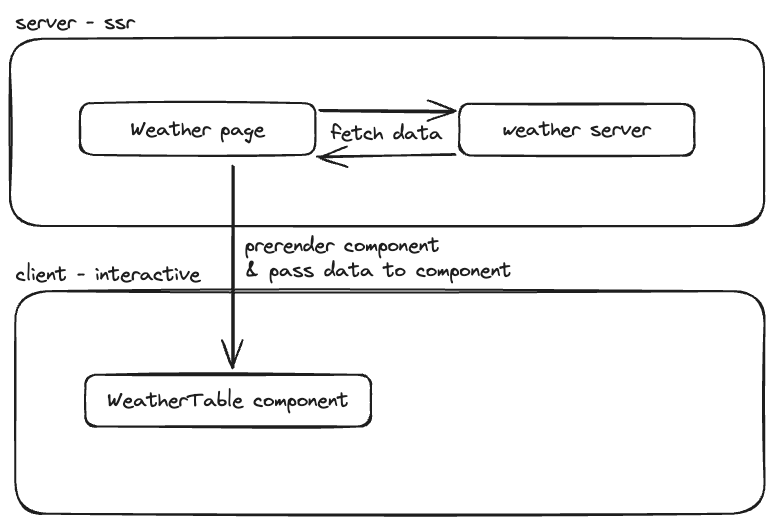
The Excalidraw diagram img.excalidraw.png in elias-ik/Blazor-Ssr-Prerendered-Interactive-Page-Example, before a commit. Source tidied: one line per element, renumbered; positions are measured from the earlier drawing's top-left corner, leaving out a move shared by most shapes. Source of this version:
```json
{"id": 0, "type": "rectangle", "strokeColor": "#1e1e1e", "strokeWidth": 2, "roughness": 1, "round": true, "x": 70, "y": 93, "width": 235, "height": 52}
{"id": 1, "type": "text", "text": "Weather page", "strokeColor": "#1e1e1e", "strokeWidth": 2, "roughness": 1, "fontSize": 20, "fontFamily": 1, "textAlign": "center", "verticalAlign": "middle", "inside": 0, "x": 121, "y": 107, "width": 134, "height": 25}
{"id": 2, "type": "rectangle", "strokeColor": "#1e1e1e", "strokeWidth": 2, "roughness": 1, "round": true, "x": 0, "y": 29, "width": 754, "height": 187}
{"id": 3, "type": "text", "text": "server - ssr", "strokeColor": "#1e1e1e", "strokeWidth": 2, "roughness": 1, "fontSize": 20, "fontFamily": 1, "x": 6, "y": 0, "width": 119, "height": 25}
{"id": 4, "type": "rectangle", "strokeColor": "#1e1e1e", "strokeWidth": 2, "roughness": 1, "round": true, "x": 5, "y": 281, "width": 749, "height": 223}
{"id": 5, "type": "text", "text": "client - interactive", "strokeColor": "#1e1e1e", "strokeWidth": 2, "roughness": 1, "fontSize": 20, "fontFamily": 1, "x": 6, "y": 252, "width": 184, "height": 25}
{"id": 6, "type": "rectangle", "strokeColor": "#1e1e1e", "strokeWidth": 2, "roughness": 1, "round": true, "x": 449, "y": 94, "width": 235, "height": 52}
{"id": 7, "type": "text", "text": "weather server", "strokeColor": "#1e1e1e", "strokeWidth": 2, "roughness": 1, "fontSize": 20, "fontFamily": 1, "textAlign": "center", "verticalAlign": "middle", "inside": 6, "x": 493, "y": 107, "width": 148, "height": 25}
{"id": 8, "type": "arrow", "strokeColor": "#1e1e1e", "strokeWidth": 2, "roughness": 1, "endArrowhead": "arrow", "round": true, "from": 0, "to": 6, "x": 311, "y": 101, "width": 133, "height": 0, "points": [[0, 0], [133, 0]]}
{"id": 9, "type": "arrow", "strokeColor": "#1e1e1e", "strokeWidth": 2, "roughness": 1, "endArrowhead": "arrow", "round": true, "from": 6, "to": 0, "x": 445, "y": 144, "width": 137, "height": 3, "points": [[0, 0], [-137, 3]]}
{"id": 10, "type": "text", "text": "fetch data", "strokeColor": "#1e1e1e", "strokeWidth": 2, "roughness": 1, "fontSize": 20, "fontFamily": 1, "x": 321, "y": 111, "width": 111, "height": 25}
{"id": 11, "type": "rectangle", "strokeColor": "#1e1e1e", "strokeWidth": 2, "roughness": 1, "round": true, "x": 75, "y": 365, "width": 286, "height": 52}
{"id": 12, "type": "text", "text": "WeatherTable component", "strokeColor": "#1e1e1e", "strokeWidth": 2, "roughness": 1, "fontSize": 20, "fontFamily": 1, "textAlign": "center", "verticalAlign": "middle", "inside": 11, "x": 98, "y": 378, "width": 241, "height": 25}
{"id": 13, "type": "arrow", "strokeColor": "#1e1e1e", "strokeWidth": 2, "roughness": 1, "endArrowhead": "arrow", "round": true, "from": 0, "to": 11, "x": 223, "y": 156, "width": 1, "height": 201, "points": [[0, 0], [1, 201]]}
{"id": 14, "type": "text", "text": "prerender component\n& pass data to component", "strokeColor": "#1e1e1e", "strokeWidth": 2, "roughness": 1, "fontSize": 20, "fontFamily": 1, "x": 235, "y": 223, "width": 267, "height": 50}
```
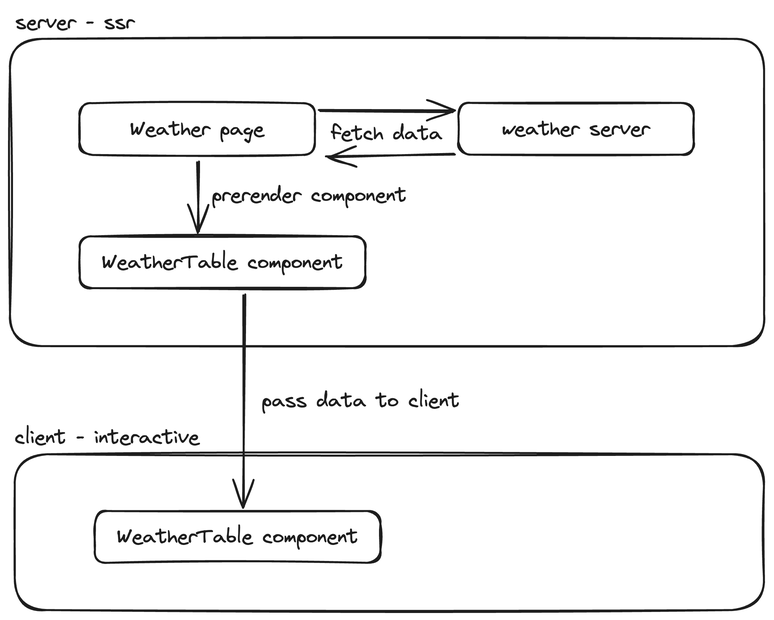
The same file after the commit.

Commit message:
update diagram [skip ci]

Diff of the diagram source:
```diff
@@ -1,15 +1,19 @@
 {"id": 0, "type": "rectangle", "strokeColor": "#1e1e1e", "strokeWidth": 2, "roughness": 1, "round": true, "x": 70, "y": 93, "width": 235, "height": 52}
-{"id": 1, "type": "text", "text": "Weather page", "strokeColor": "#1e1e1e", "strokeWidth": 2, "roughness": 1, "fontSize": 20, "fontFamily": 1, "textAlign": "center", "verticalAlign": "middle", "inside": 0, "x": 121, "y": 107, "width": 134, "height": 25}
+{"id": 1, "type": "text", "text": "Weather page", "strokeColor": "#1e1e1e", "strokeWidth": 2, "roughness": 1, "fontSize": 20, "fontFamily": 1, "textAlign": "center", "verticalAlign": "middle", "inside": 0, "x": 120, "y": 107, "width": 134, "height": 25}
-{"id": 2, "type": "rectangle", "strokeColor": "#1e1e1e", "strokeWidth": 2, "roughness": 1, "round": true, "x": 0, "y": 29, "width": 754, "height": 187}
+{"id": 2, "type": "rectangle", "strokeColor": "#1e1e1e", "strokeWidth": 2, "roughness": 1, "round": true, "x": 0, "y": 29, "width": 754, "height": 307}
 {"id": 3, "type": "text", "text": "server - ssr", "strokeColor": "#1e1e1e", "strokeWidth": 2, "roughness": 1, "fontSize": 20, "fontFamily": 1, "x": 6, "y": 0, "width": 119, "height": 25}
-{"id": 4, "type": "rectangle", "strokeColor": "#1e1e1e", "strokeWidth": 2, "roughness": 1, "round": true, "x": 5, "y": 281, "width": 749, "height": 223}
+{"id": 4, "type": "rectangle", "strokeColor": "#1e1e1e", "strokeWidth": 2, "roughness": 1, "round": true, "x": 5, "y": 444, "width": 749, "height": 156}
-{"id": 5, "type": "text", "text": "client - interactive", "strokeColor": "#1e1e1e", "strokeWidth": 2, "roughness": 1, "fontSize": 20, "fontFamily": 1, "x": 6, "y": 252, "width": 184, "height": 25}
+{"id": 5, "type": "text", "text": "client - interactive", "strokeColor": "#1e1e1e", "strokeWidth": 2, "roughness": 1, "fontSize": 20, "fontFamily": 1, "x": 5, "y": 415, "width": 184, "height": 25}
-{"id": 6, "type": "rectangle", "strokeColor": "#1e1e1e", "strokeWidth": 2, "roughness": 1, "round": true, "x": 449, "y": 94, "width": 235, "height": 52}
+{"id": 6, "type": "rectangle", "strokeColor": "#1e1e1e", "strokeWidth": 2, "roughness": 1, "round": true, "x": 448, "y": 93, "width": 235, "height": 52}
-{"id": 7, "type": "text", "text": "weather server", "strokeColor": "#1e1e1e", "strokeWidth": 2, "roughness": 1, "fontSize": 20, "fontFamily": 1, "textAlign": "center", "verticalAlign": "middle", "inside": 6, "x": 493, "y": 107, "width": 148, "height": 25}
+{"id": 7, "type": "text", "text": "weather server", "strokeColor": "#1e1e1e", "strokeWidth": 2, "roughness": 1, "fontSize": 20, "fontFamily": 1, "textAlign": "center", "verticalAlign": "middle", "inside": 6, "x": 492, "y": 106, "width": 148, "height": 25}
-{"id": 8, "type": "arrow", "strokeColor": "#1e1e1e", "strokeWidth": 2, "roughness": 1, "endArrowhead": "arrow", "round": true, "from": 0, "to": 6, "x": 311, "y": 101, "width": 133, "height": 0, "points": [[0, 0], [133, 0]]}
+{"id": 8, "type": "arrow", "strokeColor": "#1e1e1e", "strokeWidth": 2, "roughness": 1, "endArrowhead": "arrow", "round": true, "from": 0, "to": 6, "x": 310, "y": 101, "width": 133, "height": 0, "points": [[0, 0], [133, 0]]}
-{"id": 9, "type": "arrow", "strokeColor": "#1e1e1e", "strokeWidth": 2, "roughness": 1, "endArrowhead": "arrow", "round": true, "from": 6, "to": 0, "x": 445, "y": 144, "width": 137, "height": 3, "points": [[0, 0], [-137, 3]]}
+{"id": 9, "type": "arrow", "strokeColor": "#1e1e1e", "strokeWidth": 2, "roughness": 1, "endArrowhead": "arrow", "round": true, "from": 6, "to": 0, "x": 444, "y": 144, "width": 127, "height": 3, "points": [[0, 0], [-127, 3]]}
 {"id": 10, "type": "text", "text": "fetch data", "strokeColor": "#1e1e1e", "strokeWidth": 2, "roughness": 1, "fontSize": 20, "fontFamily": 1, "x": 321, "y": 111, "width": 111, "height": 25}
-{"id": 11, "type": "rectangle", "strokeColor": "#1e1e1e", "strokeWidth": 2, "roughness": 1, "round": true, "x": 75, "y": 365, "width": 286, "height": 52}
+{"id": 11, "type": "rectangle", "strokeColor": "#1e1e1e", "strokeWidth": 2, "roughness": 1, "round": true, "x": 70, "y": 226, "width": 286, "height": 52}
-{"id": 12, "type": "text", "text": "WeatherTable component", "strokeColor": "#1e1e1e", "strokeWidth": 2, "roughness": 1, "fontSize": 20, "fontFamily": 1, "textAlign": "center", "verticalAlign": "middle", "inside": 11, "x": 98, "y": 378, "width": 241, "height": 25}
+{"id": 12, "type": "text", "text": "WeatherTable component", "strokeColor": "#1e1e1e", "strokeWidth": 2, "roughness": 1, "fontSize": 20, "fontFamily": 1, "textAlign": "center", "verticalAlign": "middle", "inside": 11, "x": 92, "y": 240, "width": 241, "height": 25}
-{"id": 13, "type": "arrow", "strokeColor": "#1e1e1e", "strokeWidth": 2, "roughness": 1, "endArrowhead": "arrow", "round": true, "from": 0, "to": 11, "x": 223, "y": 156, "width": 1, "height": 201, "points": [[0, 0], [1, 201]]}
-{"id": 14, "type": "text", "text": "prerender component\n& pass data to component", "strokeColor": "#1e1e1e", "strokeWidth": 2, "roughness": 1, "fontSize": 20, "fontFamily": 1, "x": 235, "y": 223, "width": 267, "height": 50}
+{"id": 14, "type": "text", "text": "pass data to client", "strokeColor": "#1e1e1e", "strokeWidth": 2, "roughness": 1, "fontSize": 20, "fontFamily": 1, "x": 252, "y": 378, "width": 198, "height": 25}
+{"id": 15, "type": "arrow", "strokeColor": "#1e1e1e", "strokeWidth": 2, "roughness": 1, "endArrowhead": "arrow", "round": true, "from": 0, "to": 11, "x": 188, "y": 152, "width": 2, "height": 69, "points": [[0, 0], [2, 69]]}
+{"id": 16, "type": "text", "text": "prerender component", "strokeColor": "#1e1e1e", "strokeWidth": 2, "roughness": 1, "fontSize": 20, "fontFamily": 1, "x": 202, "y": 173, "width": 195, "height": 25}
+{"id": 17, "type": "rectangle", "strokeColor": "#1e1e1e", "strokeWidth": 2, "roughness": 1, "round": true, "x": 85, "y": 501, "width": 286, "height": 52}
+{"id": 18, "type": "text", "text": "WeatherTable component", "strokeColor": "#1e1e1e", "strokeWidth": 2, "roughness": 1, "fontSize": 20, "fontFamily": 1, "textAlign": "center", "verticalAlign": "middle", "inside": 17, "x": 107, "y": 514, "width": 241, "height": 25}
+{"id": 19, "type": "arrow", "strokeColor": "#1e1e1e", "strokeWidth": 2, "roughness": 1, "endArrowhead": "arrow", "round": true, "from": 11, "to": 17, "x": 234, "y": 285, "width": 0, "height": 212, "points": [[0, 0], [0, 212]]}
```
